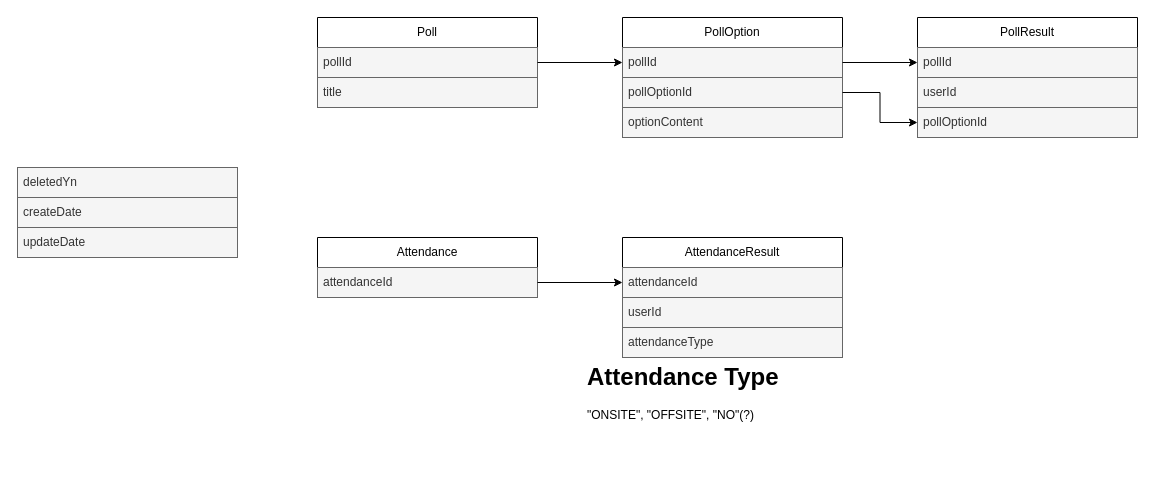
Above: ER_DS_poll/registration.drawio in pick8chu/diagram-io (draw.io), before the change. Source tidied: cells renumbered, new cells numbered last; positions are measured from the earlier drawing's top-left corner, leaving out a move shared by most shapes. Both pictures are drawn from the tidied source at 100%, with x=0, y=0 at pixel (17, 17).
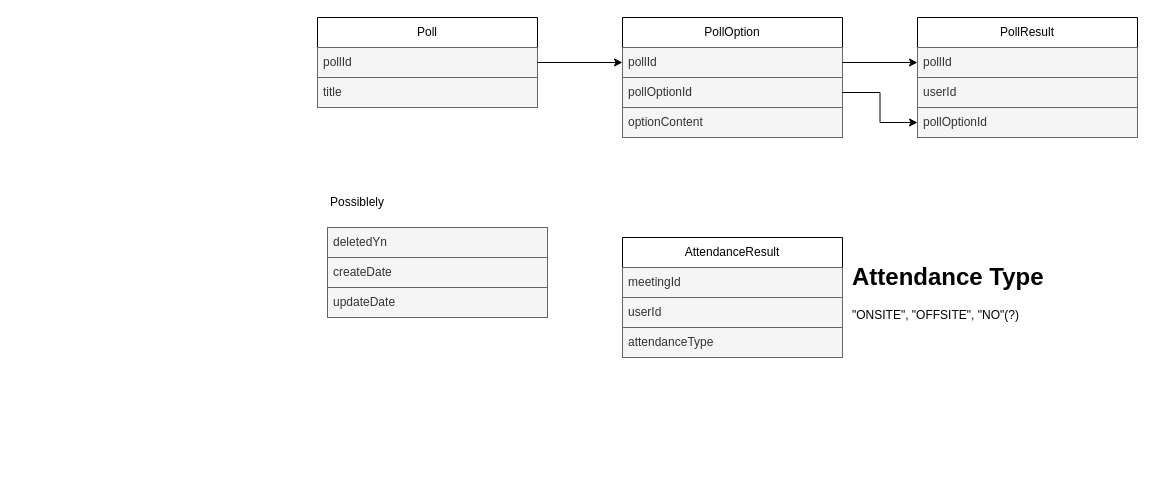
The same page after the edit.

Unchanged cells that the change refers to:
```xml
<mxCell id="22" value="AttendanceResult" style="swimlane;fontStyle=0;horizontal=1;startSize=30;whiteSpace=wrap;html=1;" parent="1" vertex="1">
  <mxGeometry x="605" y="220" width="220" height="120" as="geometry" />
</mxCell>
```

Diff of the diagram source:
```diff
@@
     <mxCell id="10" value="deletedYn" style="text;strokeColor=#666666;fillColor=#f5f5f5;align=left;verticalAlign=middle;spacingLeft=4;spacingRight=4;overflow=hidden;whiteSpace=wrap;html=1;fontColor=#333333;" parent="1" vertex="1">
-      <mxGeometry y="150" width="220" height="30" as="geometry" />
+      <mxGeometry x="310" y="210" width="220" height="30" as="geometry" />
     </mxCell>
     <mxCell id="11" value="updateDate" style="text;strokeColor=#666666;fillColor=#f5f5f5;align=left;verticalAlign=middle;spacingLeft=4;spacingRight=4;overflow=hidden;whiteSpace=wrap;html=1;fontColor=#333333;" parent="1" vertex="1">
-      <mxGeometry y="210" width="220" height="30" as="geometry" />
+      <mxGeometry x="310" y="270" width="220" height="30" as="geometry" />
     </mxCell>
     <mxCell id="12" value="createDate" style="text;align=left;verticalAlign=middle;spacingLeft=4;spacingRight=4;overflow=hidden;whiteSpace=wrap;html=1;fillColor=#f5f5f5;fontColor=#333333;strokeColor=#666666;" parent="1" vertex="1">
-      <mxGeometry y="180" width="220" height="30" as="geometry" />
+      <mxGeometry x="310" y="240" width="220" height="30" as="geometry" />
     </mxCell>
@@
-    <mxCell id="19" value="Attendance" style="swimlane;fontStyle=0;horizontal=1;startSize=30;whiteSpace=wrap;html=1;" parent="1" vertex="1">
-      <mxGeometry x="300" y="220" width="220" height="60" as="geometry" />
-    </mxCell>
-    <mxCell id="20" value="attendanceId" style="text;strokeColor=#666666;fillColor=#f5f5f5;align=left;verticalAlign=middle;spacingLeft=4;spacingRight=4;overflow=hidden;points=[[0,0.5],[1,0.5]];portConstraint=eastwest;whiteSpace=wrap;html=1;fontColor=#333333;" parent="19" vertex="1">
-      <mxGeometry y="30" width="220" height="30" as="geometry" />
-    </mxCell>
-    <mxCell id="21" style="edgeStyle=orthogonalEdgeStyle;rounded=0;jettySize=auto;html=1;entryX=0;entryY=0.5;entryDx=0;entryDy=0;" parent="1" edge="1" source="20">
-      <mxGeometry relative="1" as="geometry">
-        <mxPoint x="605" y="265" as="targetPoint" />
-      </mxGeometry>
-    </mxCell>
@@
-    <mxCell id="23" value="attendanceId" style="text;align=left;verticalAlign=middle;spacingLeft=4;spacingRight=4;overflow=hidden;whiteSpace=wrap;html=1;fillColor=#f5f5f5;fontColor=#333333;strokeColor=#666666;" parent="22" vertex="1">
+    <mxCell id="23" value="meetingId" style="text;align=left;verticalAlign=middle;spacingLeft=4;spacingRight=4;overflow=hidden;whiteSpace=wrap;html=1;fillColor=#f5f5f5;fontColor=#333333;strokeColor=#666666;" parent="22" vertex="1">
       <mxGeometry y="30" width="220" height="30" as="geometry" />
     </mxCell>
@@
     <mxCell id="26" value="&lt;h1&gt;Attendance Type&lt;/h1&gt;&lt;p&gt;&quot;ONSITE&quot;, &quot;OFFSITE&quot;, &quot;NO&quot;(?)&lt;/p&gt;" style="text;html=1;strokeColor=none;fillColor=none;spacing=5;spacingTop=-20;whiteSpace=wrap;overflow=hidden;rounded=0;" parent="1" vertex="1">
-      <mxGeometry x="565" y="340" width="300" height="120" as="geometry" />
+      <mxGeometry x="830" y="240" width="215" height="75" as="geometry" />
     </mxCell>
+    <mxCell id="27" value="Possiblely" style="text;html=1;align=center;verticalAlign=middle;whiteSpace=wrap;rounded=0;" parent="1" vertex="1">
+      <mxGeometry x="310" y="170" width="60" height="30" as="geometry" />
+    </mxCell>
```
